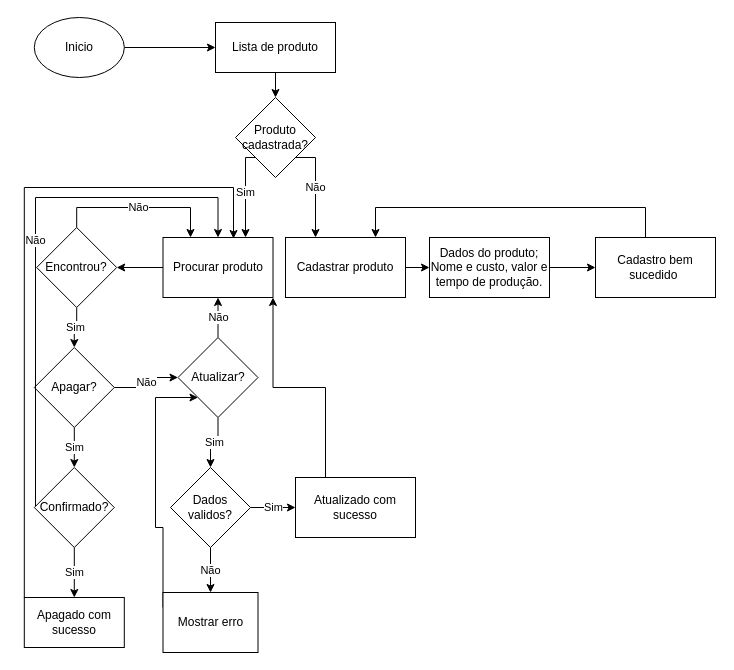
Before: page "Página-4" (4 of 7) of doc/fluxograma.drawio in D3ise/fluxograma, a draw.io diagram. Source tidied: cells renumbered, new cells numbered last; positions are measured from the earlier drawing's top-left corner, leaving out a move shared by most shapes. Both pictures are drawn from the tidied source at 100%, with x=0, y=0 at pixel (24, 17).
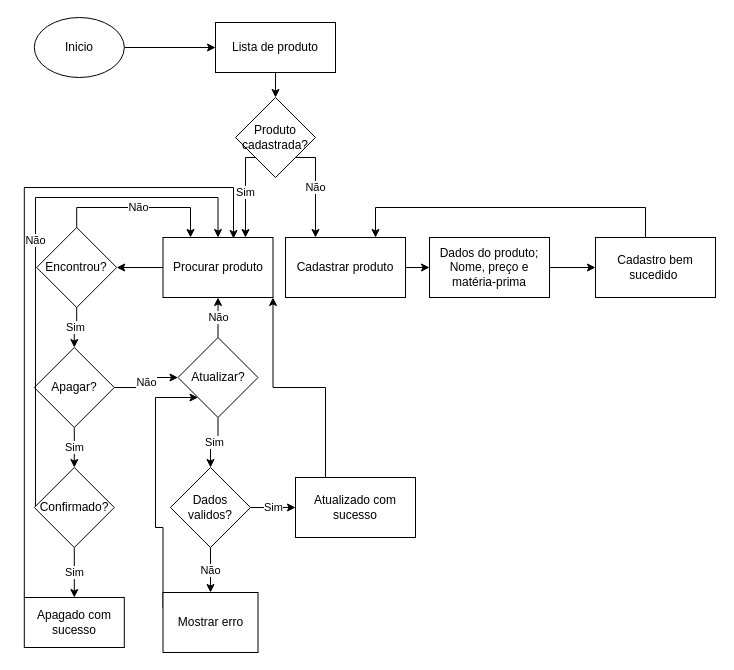
Above is the later version.

Diff of the diagram source:
```diff
@@
-    <mxCell id="5" value="Dados do produto; Nome e custo, valor e tempo de produção." style="rounded=0;whiteSpace=wrap;html=1;" parent="1" vertex="1">
+    <mxCell id="5" value="Dados do produto; Nome, preço e matéria-prima" style="rounded=0;whiteSpace=wrap;html=1;" parent="1" vertex="1">
       <mxGeometry x="405" y="220" width="120" height="60" as="geometry" />
     </mxCell>
```
